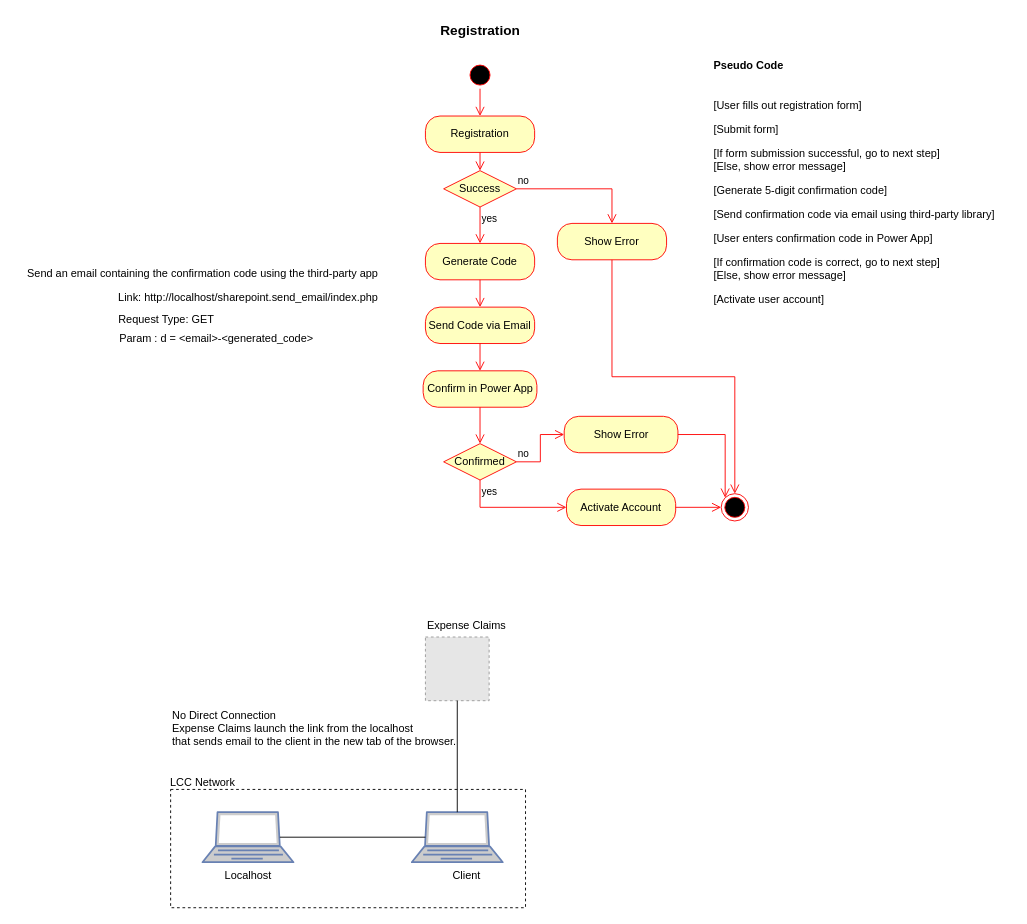
This is page "Page-1" (1 of 2) of expenseclaims.drawio from Chizzaru/ExpenseClaims_Figures, a draw.io file, before an edit. Source tidied: cells renumbered, new cells numbered last; positions are measured from the earlier drawing's top-left corner, leaving out a move shared by most shapes. Both pictures are drawn from the tidied source at 91%, with x=0, y=0 at pixel (15, 15). Pictures stored in the file or linked from it are replaced by grey dashed boxes.
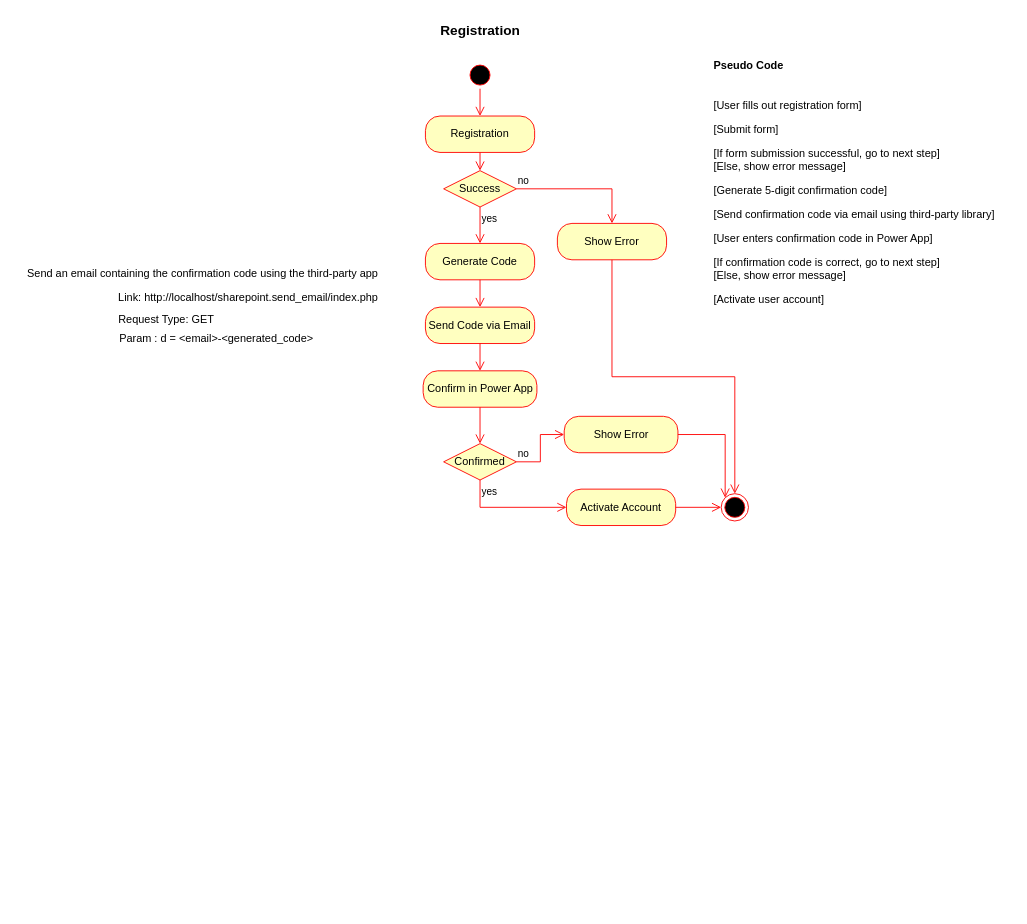
Above is the later version.

What changed in the source:
```diff
@@
-    <mxCell id="32" style="fontColor=#0066CC;verticalAlign=top;verticalLabelPosition=bottom;labelPosition=center;align=center;html=1;outlineConnect=0;fillColor=#CCCCCC;strokeColor=#6881B3;gradientColor=none;gradientDirection=north;strokeWidth=2;shape=mxgraph.networks.laptop;" parent="1" vertex="1">
-      <mxGeometry x="205" y="875" width="100" height="55" as="geometry" />
-    </mxCell>
-    <mxCell id="33" value="Localhost" style="text;html=1;align=center;verticalAlign=middle;strokeColor=none;fillColor=none;" parent="1" vertex="1">
-      <mxGeometry x="220" y="930" width="70" height="30" as="geometry" />
-    </mxCell>
-    <mxCell id="34" style="fontColor=#0066CC;verticalAlign=top;verticalLabelPosition=bottom;labelPosition=center;align=center;html=1;outlineConnect=0;fillColor=#CCCCCC;strokeColor=#6881B3;gradientColor=none;gradientDirection=north;strokeWidth=2;shape=mxgraph.networks.laptop;" parent="1" vertex="1">
-      <mxGeometry x="435" y="875" width="100" height="55" as="geometry" />
-    </mxCell>
-    <mxCell id="35" value="Client" style="text;html=1;align=center;verticalAlign=middle;strokeColor=none;fillColor=none;" parent="1" vertex="1">
-      <mxGeometry x="470" y="930" width="50" height="30" as="geometry" />
-    </mxCell>
-    <mxCell id="36" value="Expense Claims" style="text;html=1;align=center;verticalAlign=middle;strokeColor=none;fillColor=none;" parent="1" vertex="1">
-      <mxGeometry x="440" y="655" width="110" height="30" as="geometry" />
-    </mxCell>
-    <mxCell id="37" style="fillColor=#E6E6E6;strokeColor=#999999;dashed=1;verticalLabelPosition=bottom;labelBackgroundColor=default;verticalAlign=top;" parent="1" vertex="1">
-      <mxGeometry x="450" y="682.5" width="70" height="70" as="geometry" />
-    </mxCell>
-    <mxCell id="38" value="No Direct Connection&lt;div&gt;Expense Claims launch the link from the localhost&amp;nbsp;&lt;/div&gt;&lt;div&gt;that sends email&amp;nbsp;&lt;span style=&quot;background-color: initial;&quot;&gt;to the client in the new tab of the browser.&lt;/span&gt;&lt;/div&gt;" style="text;html=1;align=left;verticalAlign=middle;strokeColor=none;fillColor=none;" parent="1" vertex="1">
-      <mxGeometry x="170" y="752.5" width="340" height="60" as="geometry" />
-    </mxCell>
-    <mxCell id="39" style="edgeStyle=orthogonalEdgeStyle;rounded=0;jettySize=auto;html=1;exitX=0.5;exitY=1;exitDx=0;exitDy=0;entryX=0.5;entryY=0;entryDx=0;entryDy=0;entryPerimeter=0;endArrow=none;endFill=0;" parent="1" edge="1" source="37" target="34">
-      <mxGeometry relative="1" as="geometry" />
-    </mxCell>
-    <mxCell id="40" style="verticalLabelPosition=bottom;verticalAlign=top;html=1;shape=mxgraph.basic.rect;fillColor2=none;strokeWidth=1;size=20;indent=5;fillColor=none;dashed=1;" parent="1" vertex="1">
-      <mxGeometry x="170" y="850" width="390" height="130" as="geometry" />
-    </mxCell>
-    <mxCell id="41" style="edgeStyle=orthogonalEdgeStyle;rounded=0;jettySize=auto;html=1;entryX=0.85;entryY=0.5;entryDx=0;entryDy=0;entryPerimeter=0;endArrow=none;endFill=0;exitX=0.15;exitY=0.5;exitDx=0;exitDy=0;exitPerimeter=0;" parent="1" edge="1" source="34" target="32">
-      <mxGeometry relative="1" as="geometry" />
-    </mxCell>
-    <mxCell id="42" value="LCC Network" style="text;html=1;align=center;verticalAlign=middle;strokeColor=none;fillColor=none;" parent="1" vertex="1">
-      <mxGeometry x="160" y="828" width="90" height="30" as="geometry" />
-    </mxCell>
```
